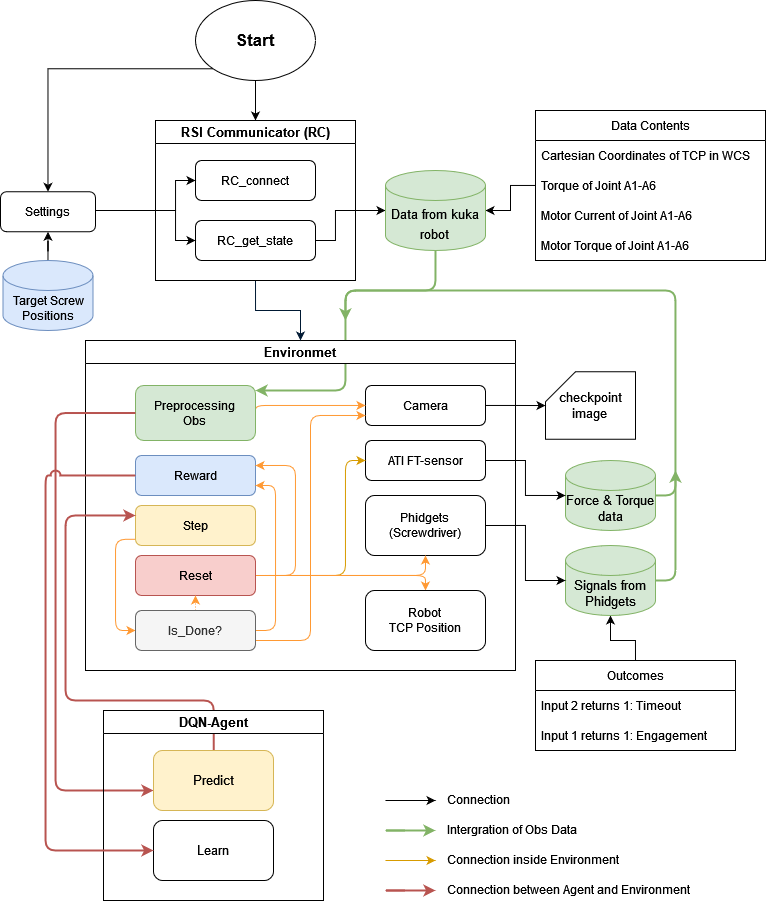
Before: New_Worflow.png, a diagram exported from draw.io (TONiiV/flowcharts). Source tidied: cells renumbered, new cells last; positions are measured from the earlier drawing's top-left corner, leaving out a move shared by most shapes.
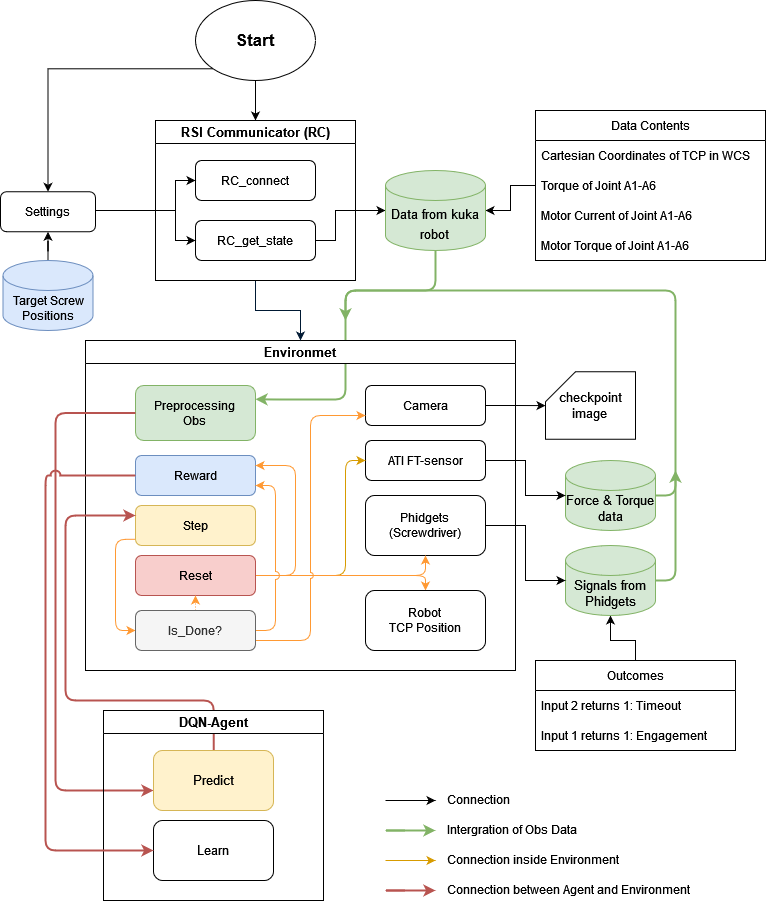
After the commit.

Change to the diagram source:
```diff
@@ -25,12 +25,13 @@
     <mxCell id="7" value="&lt;font style=&quot;font-size: 17px&quot;&gt;&lt;b&gt;Start&lt;/b&gt;&lt;/font&gt;" style="ellipse;whiteSpace=wrap;html=1;" parent="1" vertex="1">
       <mxGeometry x="195" width="120" height="80" as="geometry" />
     </mxCell>
-    <mxCell id="8" style="edgeStyle=orthogonalEdgeStyle;rounded=1;jettySize=auto;html=1;fontSize=13;fillColor=#d5e8d4;strokeColor=#82b366;strokeWidth=2;exitX=0.5;exitY=1;exitDx=0;exitDy=0;exitPerimeter=0;" parent="1" edge="1" source="10" target="16">
+    <mxCell id="8" style="edgeStyle=orthogonalEdgeStyle;rounded=1;jettySize=auto;html=1;fontSize=13;fillColor=#d5e8d4;strokeColor=#82b366;strokeWidth=2;exitX=0.5;exitY=1;exitDx=0;exitDy=0;exitPerimeter=0;entryX=1;entryY=0.25;entryDx=0;entryDy=0;" parent="1" edge="1" source="10" target="16">
       <mxGeometry relative="1" as="geometry">
         <Array as="points">
           <mxPoint x="435" y="290" />
           <mxPoint x="345" y="290" />
-          <mxPoint x="345" y="390" />
+          <mxPoint x="345" y="399" />
+          <mxPoint x="275" y="399" />
         </Array>
       </mxGeometry>
     </mxCell>
@@ -52,13 +53,6 @@
     <mxCell id="14" value="&lt;div&gt;Phidgets &lt;br&gt;&lt;/div&gt;&lt;div&gt;(Screwdriver)&lt;/div&gt;" style="rounded=1;whiteSpace=wrap;html=1;fontSize=12;glass=0;strokeWidth=1;shadow=0;" parent="11" vertex="1">
       <mxGeometry x="280" y="155" width="120" height="60" as="geometry" />
     </mxCell>
-    <mxCell id="15" style="edgeStyle=orthogonalEdgeStyle;rounded=1;jumpStyle=arc;jumpSize=8;jettySize=auto;html=1;exitX=1;exitY=0.5;exitDx=0;exitDy=0;strokeColor=#FF9933;strokeWidth=1;" parent="11" edge="1" source="16" target="12">
-      <mxGeometry relative="1" as="geometry">
-        <Array as="points">
-          <mxPoint x="170" y="65" />
-        </Array>
-      </mxGeometry>
-    </mxCell>
     <mxCell id="16" value="&lt;div&gt;Preprocessing &lt;br&gt;&lt;/div&gt;&lt;div&gt;Obs &lt;br&gt;&lt;/div&gt;" style="rounded=1;whiteSpace=wrap;html=1;fontSize=12;glass=0;strokeWidth=1;shadow=0;fillColor=#d5e8d4;strokeColor=#82b366;" parent="11" vertex="1">
       <mxGeometry x="50" y="45" width="120" height="55" as="geometry" />
     </mxCell>
```
